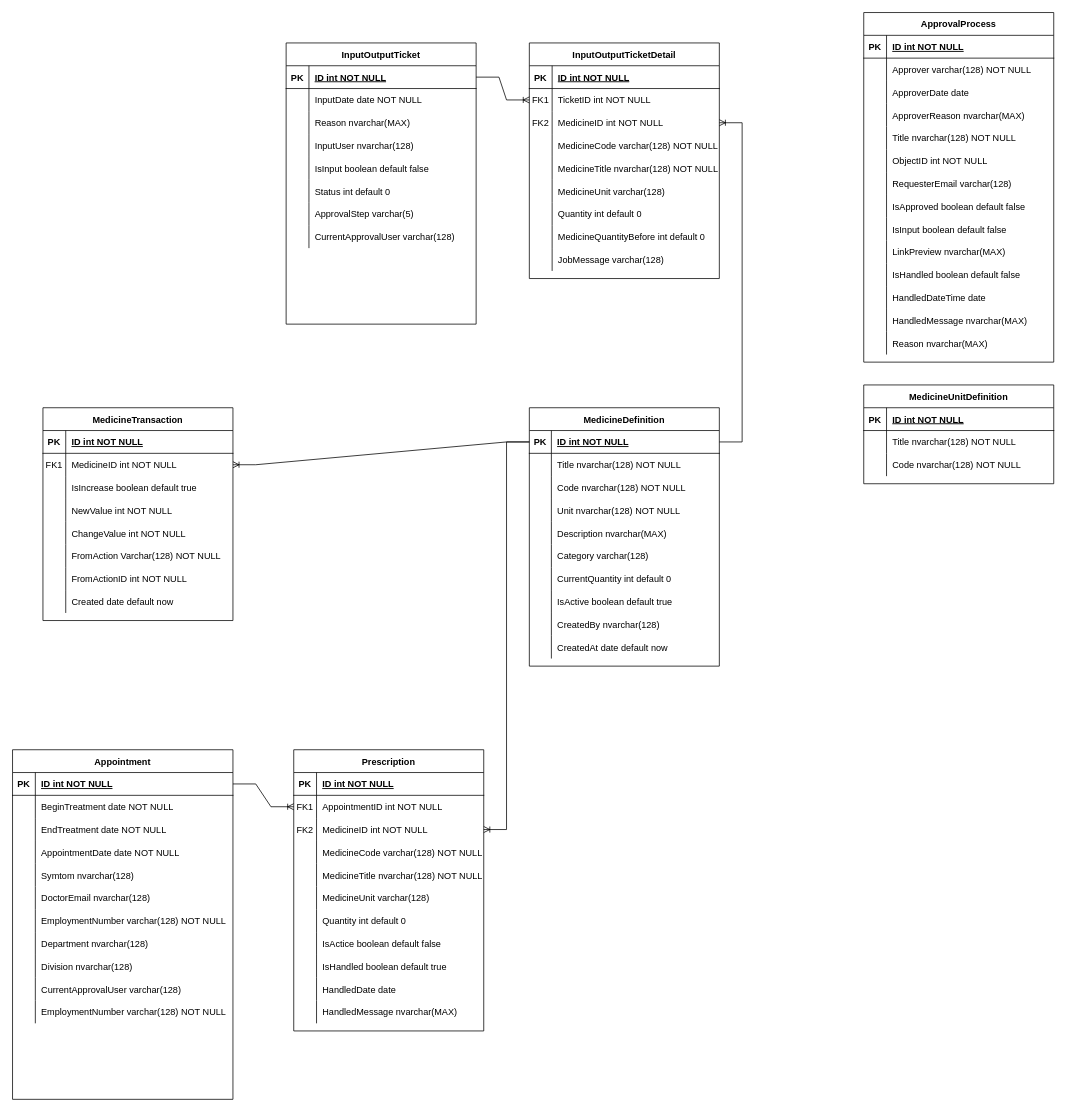
Before: public/Untitled Diagram.drawio in ducquynhnguyeninfo/medical-manager, a draw.io diagram. Source tidied: cells renumbered, new cells numbered last; positions are measured from the earlier drawing's top-left corner, leaving out a move shared by most shapes. Both pictures are drawn from the tidied source at 76%, with x=0, y=0 at pixel (12, 12).
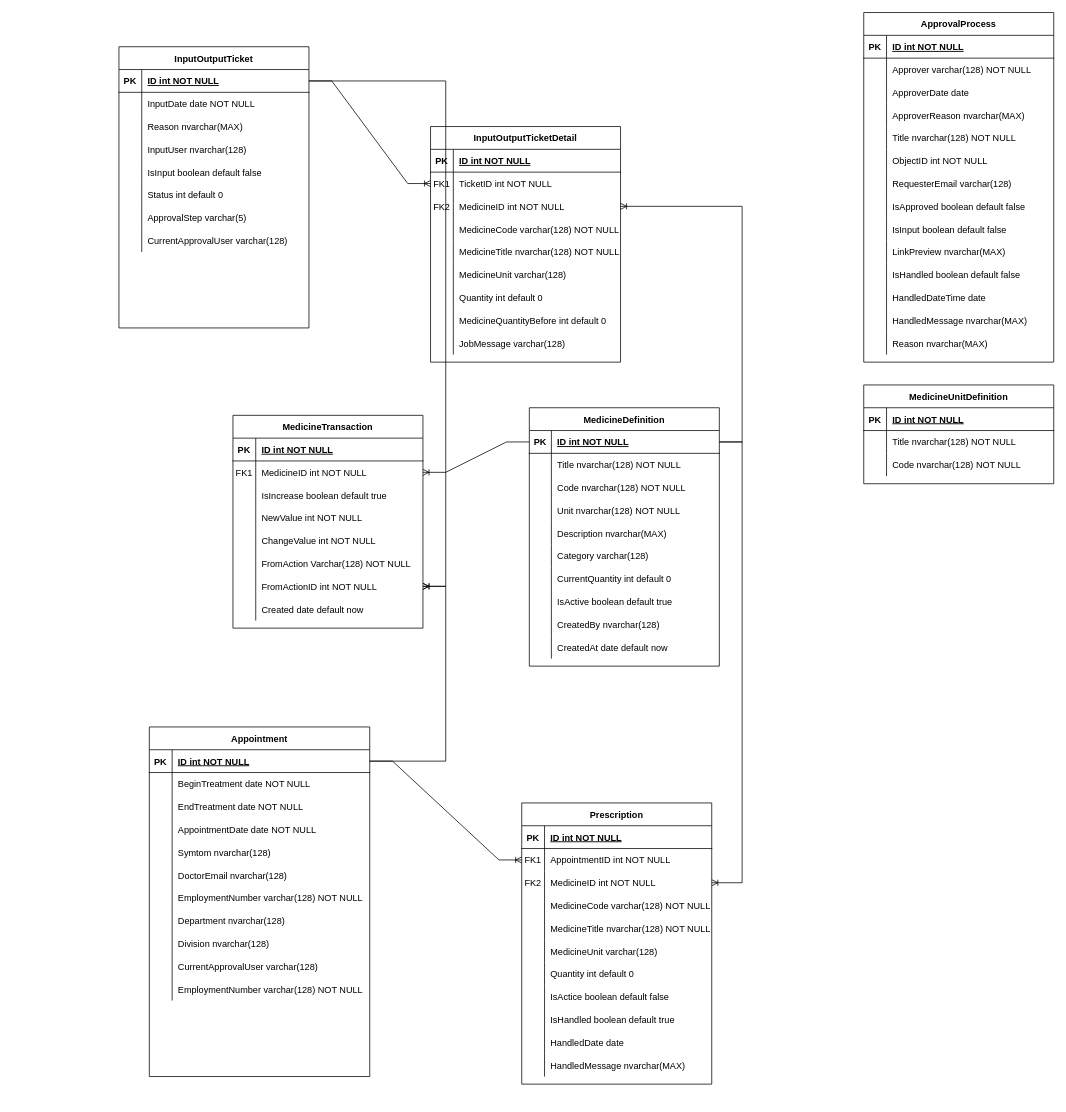
After the change.

The change refers to these unchanged cells:
```xml
<mxCell id="31" style="shape=partialRectangle;fillColor=none;points=[[0,0.5],[1,0.5]];portConstraint=eastwest;top=0;left=0;right=0;bottom=1;" parent="30" vertex="1">
  <mxGeometry y="30" width="250" height="30" as="geometry" />
</mxCell>
<mxCell id="99" style="shape=partialRectangle;fillColor=none;points=[[0,0.5],[1,0.5]];portConstraint=eastwest;top=0;left=0;right=0;bottom=1;" parent="98" vertex="1">
  <mxGeometry y="30" width="290" height="30" as="geometry" />
</mxCell>
<mxCell id="231" style="shape=partialRectangle;fillColor=none;points=[[0,0.5],[1,0.5]];portConstraint=eastwest;top=0;left=0;right=0;bottom=0;" parent="212" vertex="1">
  <mxGeometry y="210" width="250" height="30" as="geometry" />
</mxCell>
```

Diff of the diagram source:
```diff
@@
     <mxCell id="2" value="InputOutputTicketDetail" style="shape=table;startSize=30;childLayout=tableLayout;rowLines=0;fontStyle=1;align=center;" parent="1" vertex="1">
-      <mxGeometry x="680" y="40" width="250" height="310" as="geometry" />
+      <mxGeometry x="550" y="150" width="250" height="310" as="geometry" />
     </mxCell>
@@
     <mxCell id="30" value="InputOutputTicket" style="shape=table;startSize=30;childLayout=tableLayout;rowLines=0;fontStyle=1;align=center;" parent="1" vertex="1">
-      <mxGeometry x="360" y="40" width="250" height="370" as="geometry" />
+      <mxGeometry x="140" y="45" width="250" height="370" as="geometry" />
     </mxCell>
@@
     <mxCell id="98" value="Appointment" style="shape=table;startSize=30;childLayout=tableLayout;rowLines=0;fontStyle=1;align=center;" parent="1" vertex="1">
-      <mxGeometry y="970" width="290" height="460" as="geometry" />
+      <mxGeometry x="180" y="940" width="290" height="460" as="geometry" />
     </mxCell>
@@
     <mxCell id="132" value="Prescription" style="shape=table;startSize=30;childLayout=tableLayout;rowLines=0;fontStyle=1;align=center;" parent="1" vertex="1">
-      <mxGeometry x="370" y="970" width="250" height="370" as="geometry" />
+      <mxGeometry x="670" y="1040" width="250" height="370" as="geometry" />
     </mxCell>
@@
     <mxCell id="212" value="MedicineTransaction" style="shape=table;startSize=30;childLayout=tableLayout;rowLines=0;fontStyle=1;align=center;" parent="1" vertex="1">
-      <mxGeometry x="40" y="520" width="250" height="280" as="geometry" />
+      <mxGeometry x="290" y="530" width="250" height="280" as="geometry" />
     </mxCell>
@@
+    <mxCell id="237" style="edgeStyle=entityRelationEdgeStyle;fontSize=12;html=1;endArrow=ERoneToMany;rounded=0;" parent="1" edge="1" source="99" target="231">
+      <mxGeometry relative="1" as="geometry" />
+    </mxCell>
+    <mxCell id="238" style="edgeStyle=entityRelationEdgeStyle;fontSize=12;html=1;endArrow=ERoneToMany;rounded=0;" parent="1" edge="1" source="31" target="231">
+      <mxGeometry relative="1" as="geometry" />
+    </mxCell>
```
